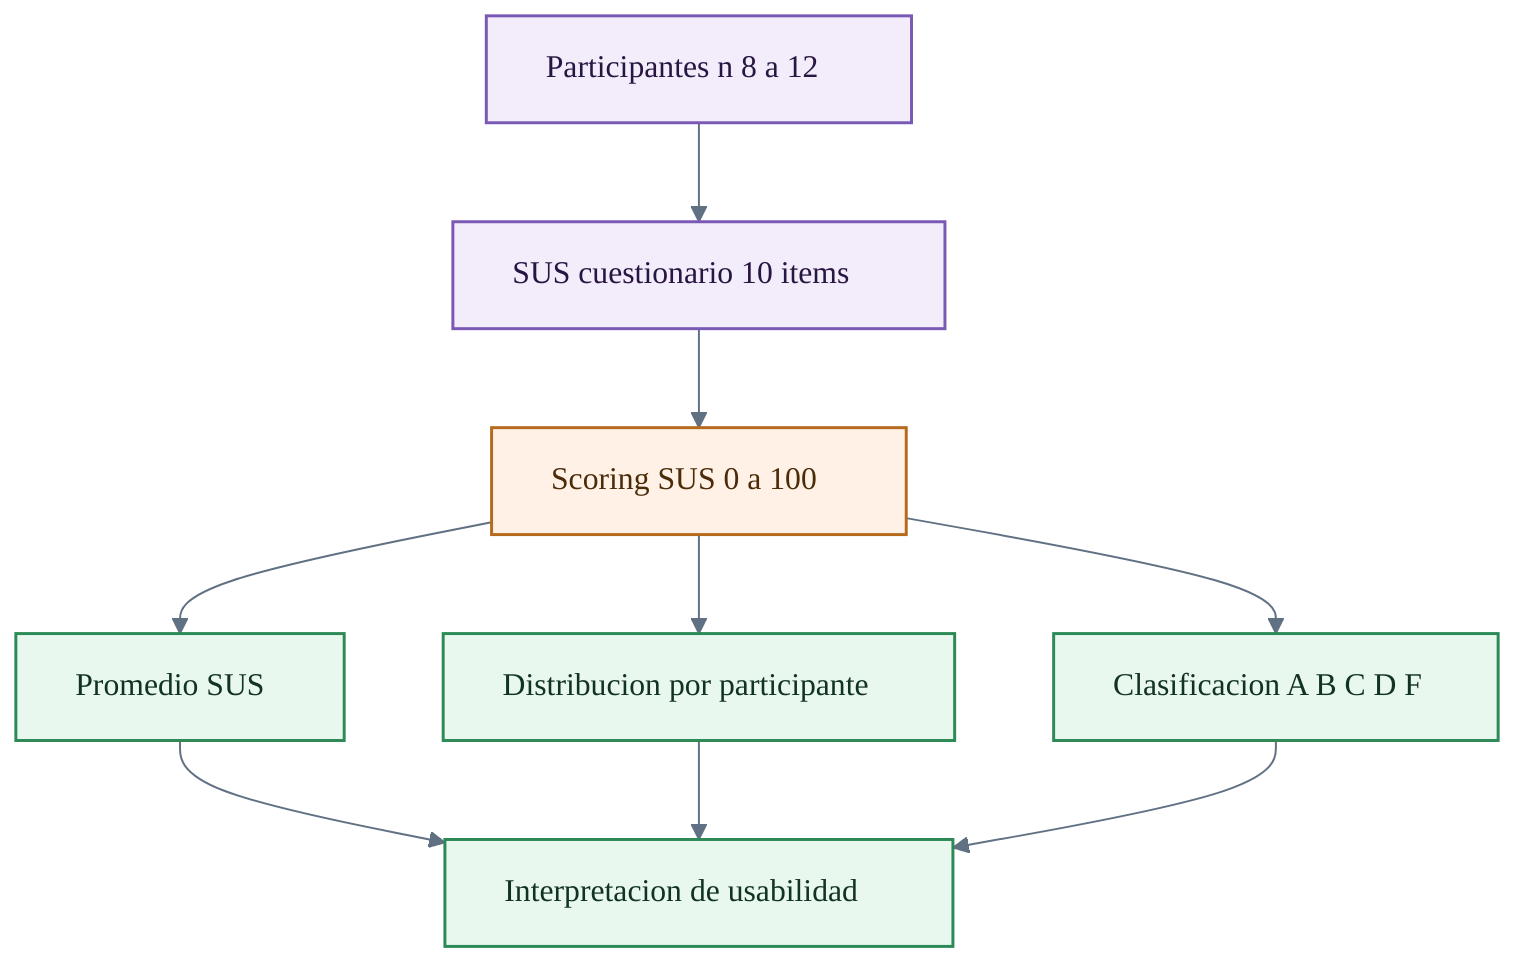
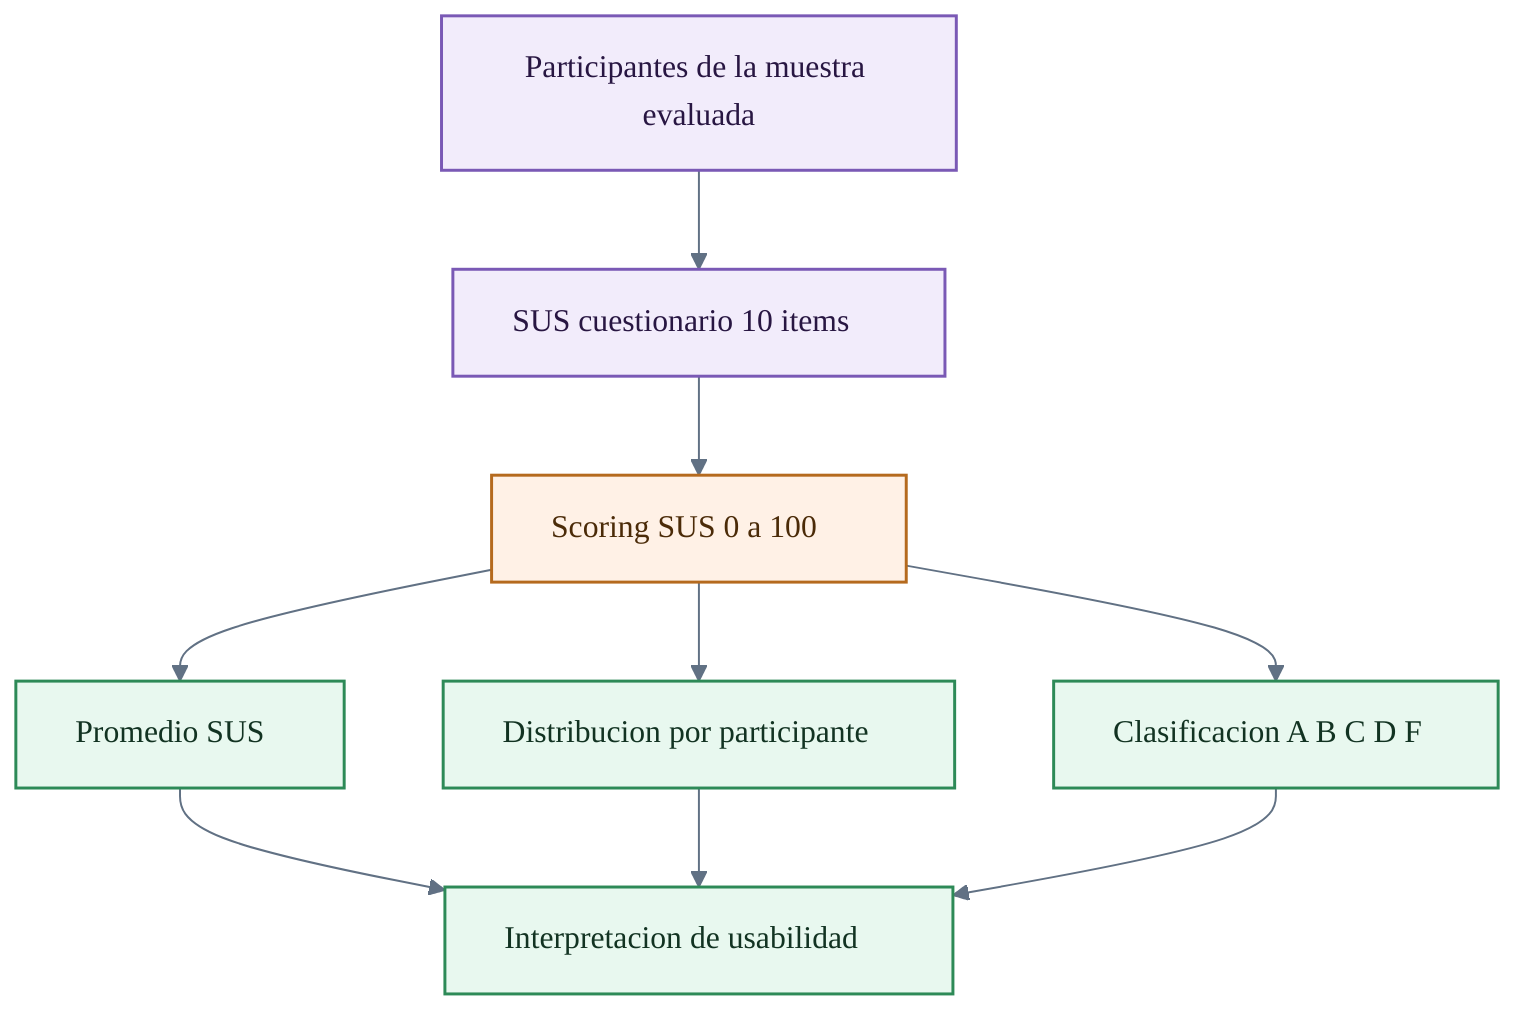
﻿%%{init: {'theme':'base','themeVariables': {
  'fontFamily':'Trebuchet MS, Segoe UI, sans-serif',
  'background':'#fcfcf8',
  'primaryColor':'#f5f7fb',
  'primaryTextColor':'#102033',
  'primaryBorderColor':'#4a6fa5',
  'lineColor':'#617184',
  'textColor':'#102033',
  'edgeLabelBackground':'#f7f9fc'
}}}%%
flowchart TB
-   P[Participantes n 8 a 12]
+   P[Participantes de la muestra evaluada]
  Q[SUS cuestionario 10 items]
  S[Scoring SUS 0 a 100]
  B1[Promedio SUS]
  B2[Distribucion por participante]
  B3[Clasificacion A B C D F]
  I[Interpretacion de usabilidad]

  P --> Q --> S
  S --> B1
  S --> B2
  S --> B3
  B1 --> I
  B2 --> I
  B3 --> I

  classDef ui fill:#eaf2fb,stroke:#3b6ea5,color:#102033,stroke-width:1.5px;
  classDef orch fill:#e9f7ef,stroke:#2f7d4c,color:#10311c,stroke-width:2px;
  classDef svc fill:#fff1e6,stroke:#b56a1e,color:#4b2b08,stroke-width:1.5px;
  classDef data fill:#f2ecfb,stroke:#7a59b5,color:#281642,stroke-width:1.5px;
  classDef event fill:#f7e9fa,stroke:#a44fb3,color:#45154a,stroke-width:1.5px;
  classDef state fill:#e7f6f7,stroke:#21797a,color:#123536,stroke-width:1.5px;
  classDef risk fill:#fdeaea,stroke:#c23b3b,color:#5a1515,stroke-width:2px;
  classDef mitigation fill:#edf3ff,stroke:#5877c6,color:#1b2d57,stroke-width:1.5px;
  classDef result fill:#e8f8ef,stroke:#2d8a57,color:#123322,stroke-width:1.5px;
  classDef neutral fill:#f3f5f7,stroke:#677788,color:#17212b,stroke-width:1.5px;

  class P,Q data;
  class S svc;
  class B1,B2,B3,I result;


